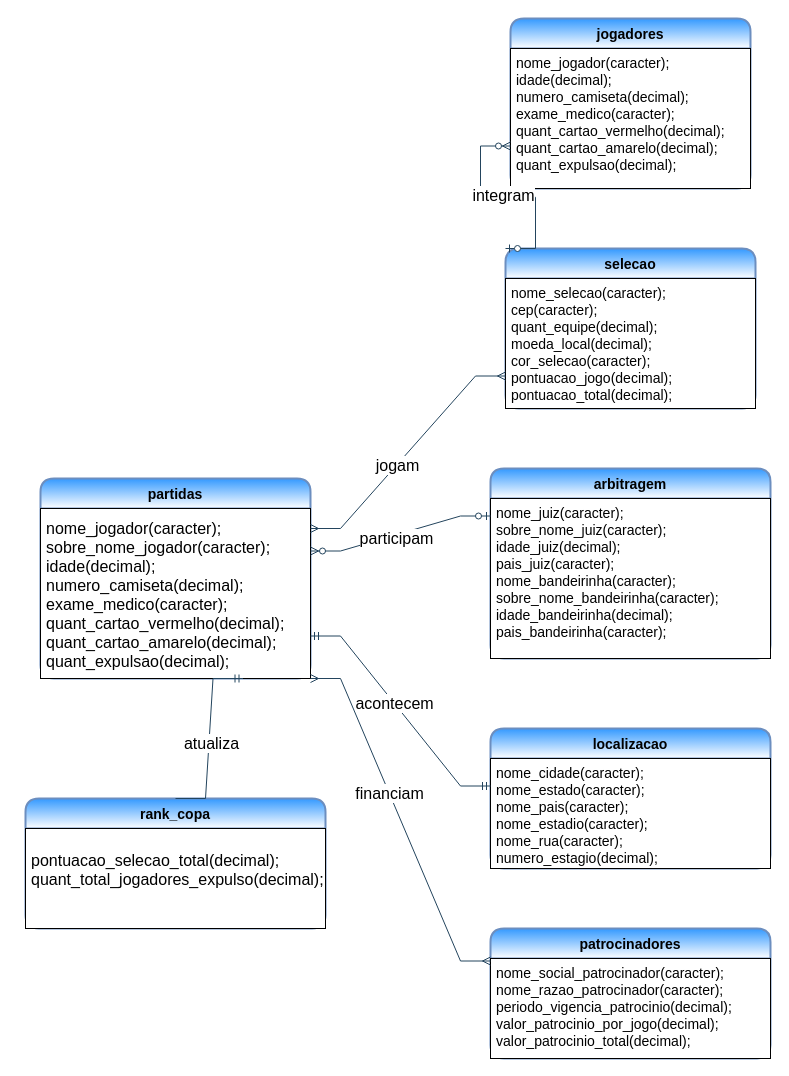
Before: copa_mundo.drawio in patrickfreiree/banco_de_dados_nivel1, a draw.io diagram. Source tidied: cells renumbered, new cells numbered last; positions are measured from the earlier drawing's top-left corner, leaving out a move shared by most shapes. Both pictures are drawn from the tidied source at 100%, with x=0, y=0 at pixel (25, 18).
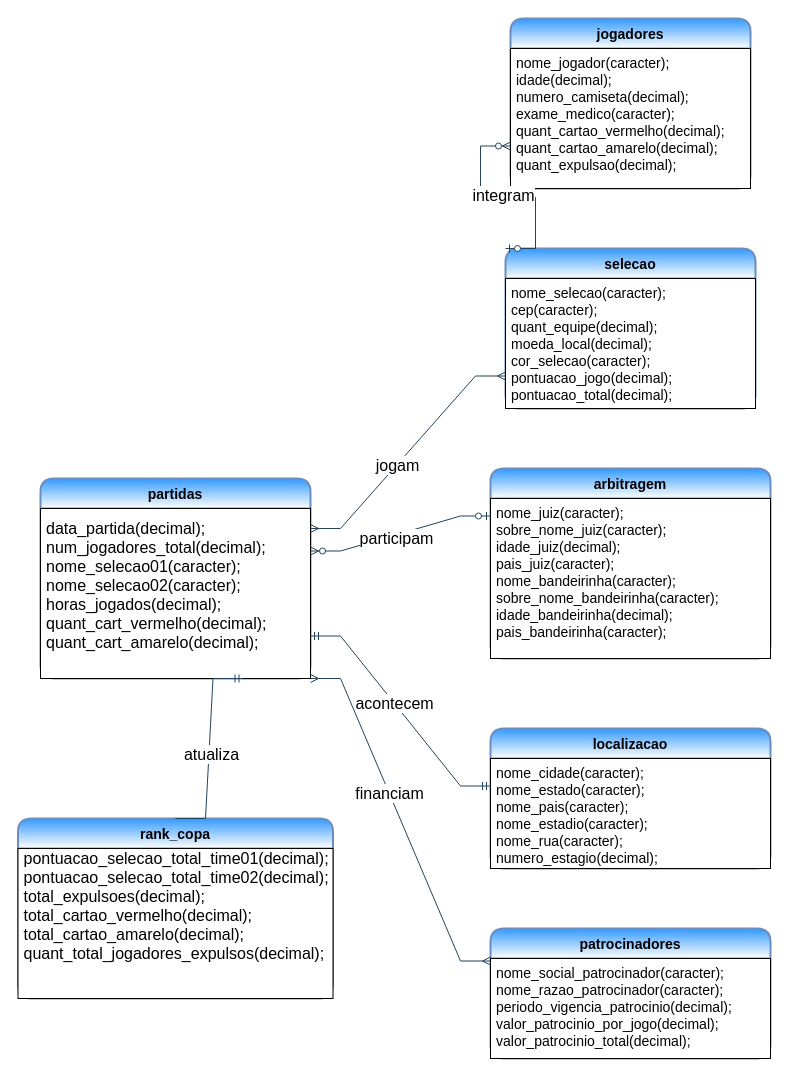
The same diagram, later.

Unchanged cells that the change refers to:
```xml
<mxCell id="6" value="partidas" style="swimlane;horizontal=1;startSize=30;rounded=1;fontSize=14;fontStyle=1;strokeWidth=2;shadow=0;align=center;sketch=0;labelBackgroundColor=none;labelBorderColor=none;strokeColor=#6c8ebf;gradientColor=#ffffff;fillColor=#3399FF;" parent="1" vertex="1">
  <mxGeometry x="15" y="460" width="270" height="200" as="geometry" />
</mxCell>
```

The edit, as a diff of the source:
```diff
@@
-    <mxCell id="7" value="nome_jogador(caracter);&#10;sobre_nome_jogador(caracter);&#10;idade(decimal);&#10;numero_camiseta(decimal);&#10;exame_medico(caracter);&#10;quant_cartao_vermelho(decimal);&#10;quant_cartao_amarelo(decimal);&#10;quant_expulsao(decimal);" style="align=left;spacingLeft=4;fontSize=16;verticalAlign=middle;" parent="6" vertex="1">
+    <mxCell id="7" value="data_partida(decimal);&#10;num_jogadores_total(decimal);&#10;nome_selecao01(caracter);&#10;nome_selecao02(caracter);&#10;horas_jogados(decimal);&#10;quant_cart_vermelho(decimal);&#10;quant_cart_amarelo(decimal);&#10;" style="align=left;spacingLeft=4;fontSize=16;verticalAlign=middle;" parent="6" vertex="1">
       <mxGeometry y="30" width="270" height="170" as="geometry" />
     </mxCell>
@@
     <mxCell id="14" value="rank_copa" style="swimlane;horizontal=1;startSize=30;rounded=1;fontSize=14;fontStyle=1;strokeWidth=2;shadow=0;align=center;sketch=0;labelBackgroundColor=none;labelBorderColor=none;strokeColor=#6c8ebf;gradientColor=#ffffff;fillColor=#3399FF;" parent="1" vertex="1">
-      <mxGeometry y="780" width="300" height="130" as="geometry" />
+      <mxGeometry x="-7.5" y="800" width="315" height="180" as="geometry" />
     </mxCell>
-    <mxCell id="15" value="pontuacao_selecao_total(decimal);&#10;quant_total_jogadores_expulso(decimal);&#10;" style="align=left;spacingLeft=4;fontSize=16;verticalAlign=middle;" parent="14" vertex="1">
-      <mxGeometry y="30" width="300" height="100" as="geometry" />
+    <mxCell id="15" value="pontuacao_selecao_total_time01(decimal);&#10;pontuacao_selecao_total_time02(decimal);&#10;total_expulsoes(decimal);&#10;total_cartao_vermelho(decimal);&#10;total_cartao_amarelo(decimal);&#10;quant_total_jogadores_expulsos(decimal);&#10;&#10;" style="align=left;spacingLeft=4;fontSize=16;verticalAlign=middle;" parent="14" vertex="1">
+      <mxGeometry y="30" width="315" height="150" as="geometry" />
     </mxCell>
```
